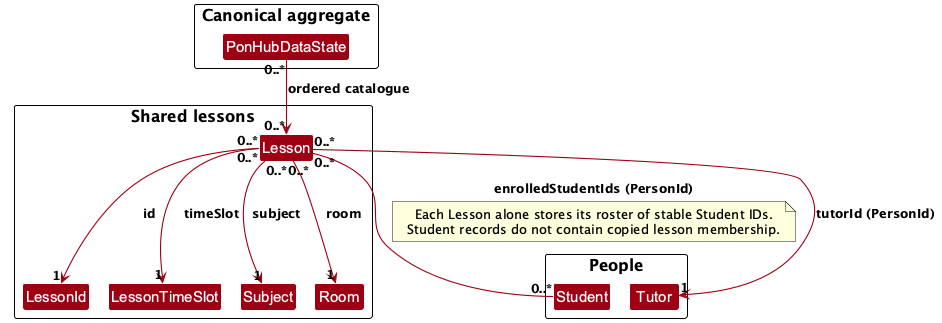
The PlantUML diagram docs/images/LessonMembershipClassDiagram.png in AY2627S1-CS2103T-F13-3/tp, before a commit.
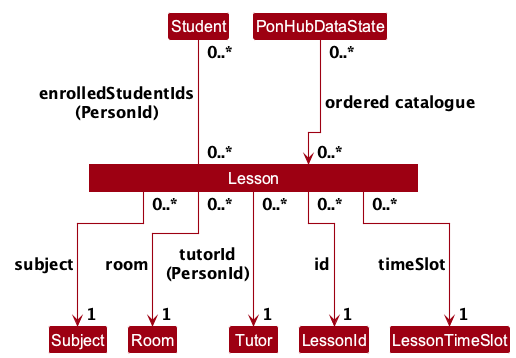
After the commit.

Commit message:
Improve domain diagram readability

What changed in the source:
```diff
@@ -1,42 +1,41 @@
 @startuml
 !include style.puml
-!pragma layout smetana
+!pragma layout elk
 
-skinparam linetype ortho
-skinparam nodesep 35
-skinparam ranksep 45
+<style>
+classDiagram {
+  .layoutHub {
+    MinimumWidth 330
+    RoundCorner 0
+  }
+}
+</style>
+
+skinparam defaultFontSize 16
+skinparam classFontSize 16
+skinparam ArrowFontSize 16
 skinparam arrowThickness 1.1
 skinparam arrowColor MODEL_COLOR
 skinparam classBackgroundColor MODEL_COLOR
 
-package "Canonical aggregate" {
-    class PonHubDataState
-}
+class PonHubDataState
 
-package "People" {
-    class Student
-    class Tutor
-}
+class Student
+class Tutor
 
-package "Shared lessons" {
-    class Lesson
-    class LessonId
-    class LessonTimeSlot
-    class Subject
-    class Room
-}
+class Lesson <<layoutHub>>
+hide <<layoutHub>> stereotype
+class LessonId
+class LessonTimeSlot
+class Subject
+class Room
 
-PonHubDataState "0..*" --> "0..*" Lesson : ordered catalogue
-Lesson "0..*" --> "1" LessonId : id
-Lesson "0..*" --> "1" LessonTimeSlot : timeSlot
-Lesson "0..*" --> "1" Subject : subject
-Lesson "0..*" --> "1" Room : room
-Lesson "0..*" --> "1" Tutor : tutorId (PersonId)
-Lesson "0..*" -- "0..*" Student : enrolledStudentIds (PersonId)
-
-note on link
-  Each Lesson alone stores its roster of stable Student IDs.
-  Student records do not contain copied lesson membership.
-end note
+PonHubDataState "<U+00A0>0..*" --> "<U+00A0>0..*" Lesson : ordered catalogue
+Lesson "<U+00A0>0..*" --> "<U+00A0>1" LessonId : id
+Lesson "<U+00A0>0..*" --> "<U+00A0>1" LessonTimeSlot : timeSlot
+Lesson "<U+00A0>0..*" --> "<U+00A0>1" Subject : subject
+Lesson "<U+00A0>0..*" --> "<U+00A0>1" Room : room
+Lesson "<U+00A0>0..*" --> "<U+00A0>1" Tutor : tutorId\n(PersonId)
+Lesson "<U+00A0>0..*" -up- "<U+00A0>0..*" Student : enrolledStudentIds\n(PersonId)
 
 @enduml
```
